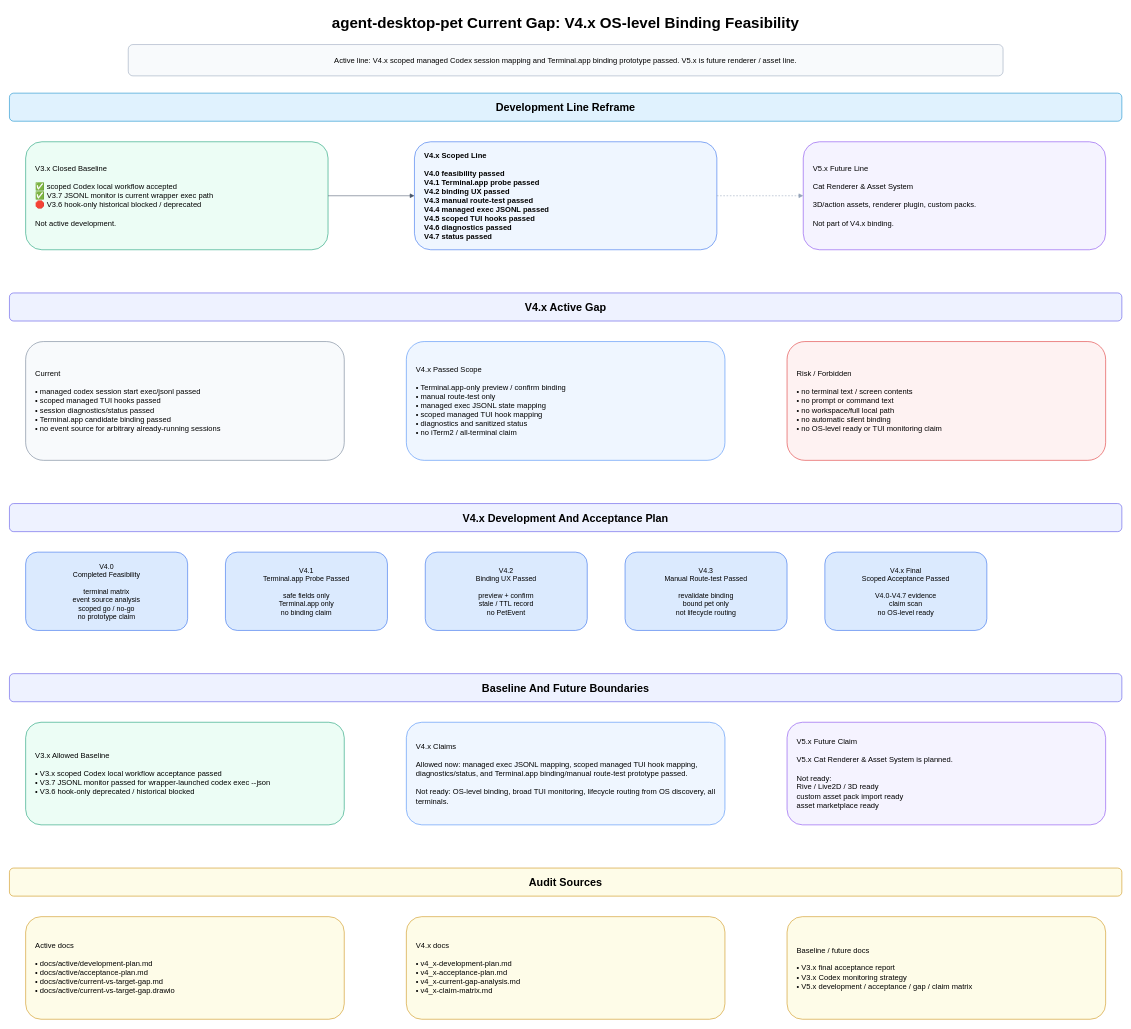
Before: codexPat/docs/active/current-vs-target-gap.drawio in ljx418/meeting-voice-assistant, a draw.io diagram. Source tidied: cells renumbered, new cells numbered last; positions are measured from the earlier drawing's top-left corner, leaving out a move shared by most shapes. Both pictures are drawn from the tidied source at 54%, with x=0, y=0 at pixel (9, 9).
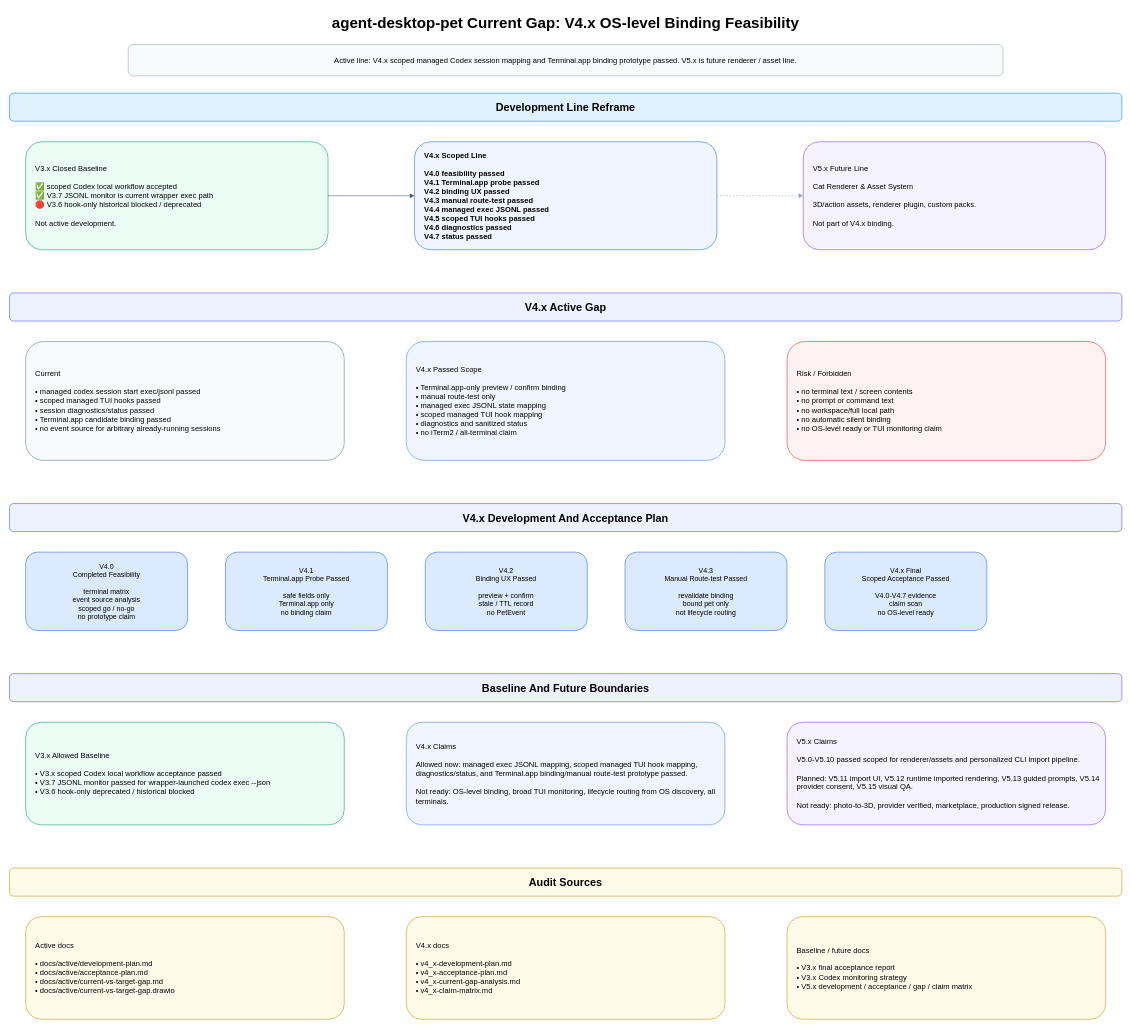
The same page after the edit.

Change to the diagram source:
```diff
@@
-    <mxCell id="23" value="V5.x Future Claim&lt;br&gt;&lt;br&gt;V5.x Cat Renderer &amp; Asset System is planned.&lt;br&gt;&lt;br&gt;Not ready:&lt;br&gt;Rive / Live2D / 3D ready&lt;br&gt;custom asset pack import ready&lt;br&gt;asset marketplace ready" style="rounded=1;whiteSpace=wrap;html=1;fillColor=#F5F3FF;strokeColor=#7C3AED;align=left;spacingLeft=16;fontSize=14;" parent="1" vertex="1">
+    <mxCell id="23" value="V5.x Claims&lt;br&gt;&lt;br&gt;V5.0-V5.10 passed scoped for renderer/assets and personalized CLI import pipeline.&lt;br&gt;&lt;br&gt;Planned: V5.11 import UI, V5.12 runtime imported rendering, V5.13 guided prompts, V5.14 provider consent, V5.15 visual QA.&lt;br&gt;&lt;br&gt;Not ready: photo-to-3D, provider verified, marketplace, production signed release." style="rounded=1;whiteSpace=wrap;html=1;fillColor=#F5F3FF;strokeColor=#7C3AED;align=left;spacingLeft=16;fontSize=14;" parent="1" vertex="1">
       <mxGeometry x="1440" y="1320" width="590" height="190" as="geometry" />
     </mxCell>
```
